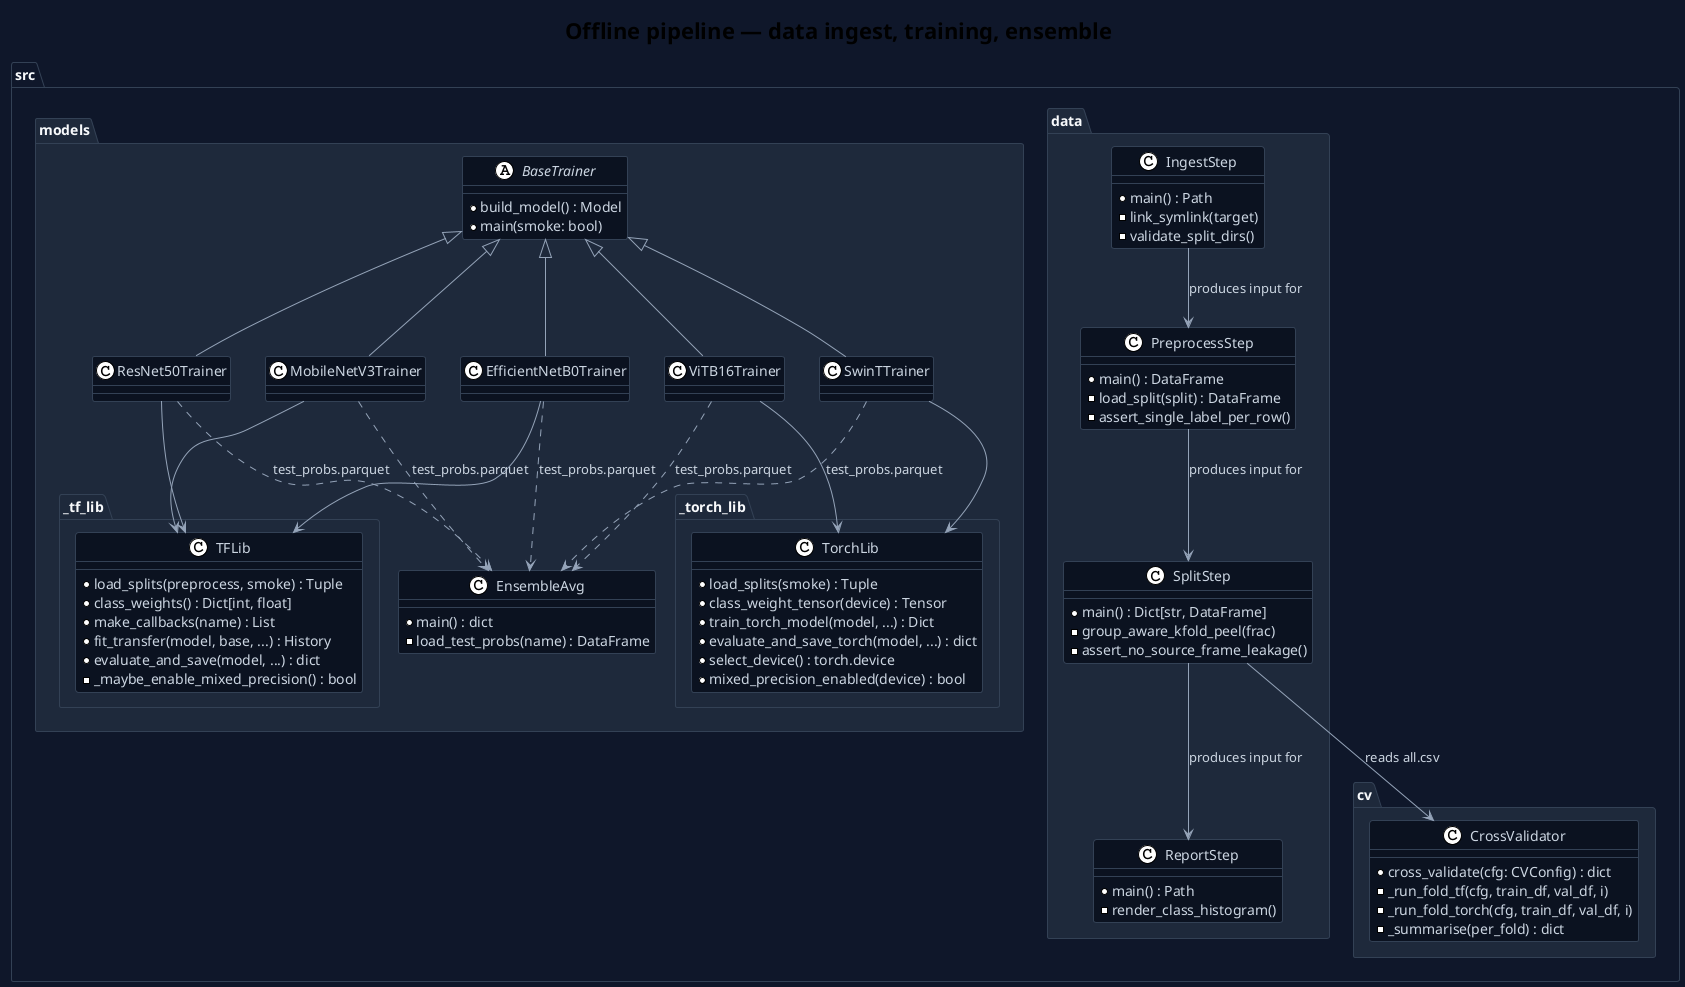
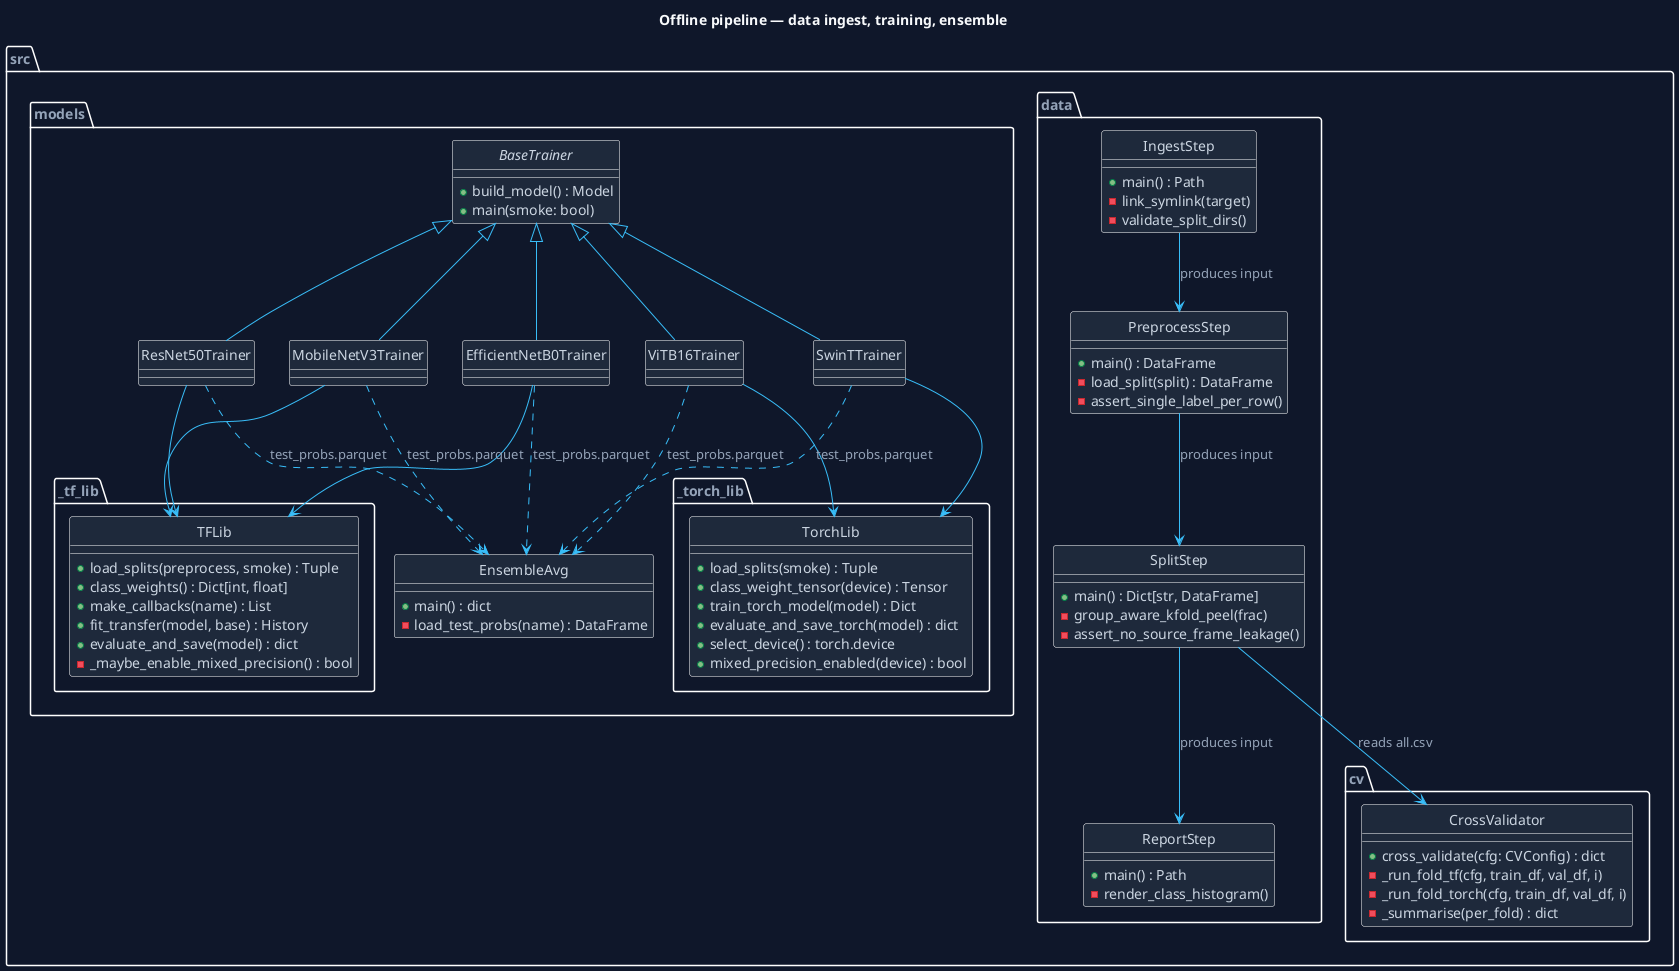
- @startuml
- !theme plain
+ @startuml 03_class_offline
+ ' Figure 3 — Class Diagram (offline pipeline: data + training + ensemble)
+ 
skinparam backgroundColor #0F172A
skinparam shadowing false
- skinparam classFontColor #F8FAFC
- skinparam classHeaderBackgroundColor #1E293B
- skinparam classBackgroundColor #0B1220
- skinparam classBorderColor #334155
- skinparam classAttributeFontColor #CBD5E1
- skinparam ArrowColor #94A3B8
- skinparam ArrowFontColor #CBD5E1
- skinparam packageBackgroundColor #0F172A
- skinparam packageBorderColor #334155
- skinparam packageFontColor #F8FAFC
+ skinparam defaultFontName "Fira Sans"
+ skinparam defaultFontColor #F8FAFC
+ 
+ skinparam class {
+   BorderColor rgba(148,163,184,0.30)
+   BackgroundColor #1E293B
+   ArrowColor #38BDF8
+   FontColor #F8FAFC
+   AttributeFontColor #CBD5E1
+   AttributeFontName "Fira Code"
+   StereotypeFontColor #38BDF8
+ }
+ skinparam noteFontColor #CBD5E1
+ skinparam noteFontName "Fira Code"
+ skinparam noteBackgroundColor #0B1220
+ skinparam noteBorderColor #38BDF8
+ skinparam packageFontColor #94A3B8
+ skinparam packageBorderColor rgba(148,163,184,0.18)
+ skinparam ArrowFontColor #94A3B8
+ skinparam ArrowFontName "Fira Code"
+ 
+ hide circle

title Offline pipeline — data ingest, training, ensemble

- package "src.data" #1E293B {
+ package "src.data" {
  class IngestStep {
    + main() : Path
    - link_symlink(target)
    - validate_split_dirs()
  }
  class PreprocessStep {
    + main() : DataFrame
    - load_split(split) : DataFrame
    - assert_single_label_per_row()
  }
  class SplitStep {
    + main() : Dict[str, DataFrame]
    - group_aware_kfold_peel(frac)
    - assert_no_source_frame_leakage()
  }
  class ReportStep {
    + main() : Path
    - render_class_histogram()
  }
}

- package "src.models" #1E293B {
+ package "src.models" {
  abstract class BaseTrainer {
    + build_model() : Model
    + main(smoke: bool)
  }
  class MobileNetV3Trainer
  class EfficientNetB0Trainer
  class ResNet50Trainer
  class ViTB16Trainer
  class SwinTTrainer
  class EnsembleAvg {
    + main() : dict
    - load_test_probs(name) : DataFrame
  }

  BaseTrainer <|-- MobileNetV3Trainer
  BaseTrainer <|-- EfficientNetB0Trainer
  BaseTrainer <|-- ResNet50Trainer
  BaseTrainer <|-- ViTB16Trainer
  BaseTrainer <|-- SwinTTrainer
}

- package "src.models._tf_lib" #1E293B {
+ package "src.models._tf_lib" {
  class TFLib {
    + load_splits(preprocess, smoke) : Tuple
    + class_weights() : Dict[int, float]
    + make_callbacks(name) : List
-     + fit_transfer(model, base, ...) : History
-     + evaluate_and_save(model, ...) : dict
+     + fit_transfer(model, base) : History
+     + evaluate_and_save(model) : dict
    - _maybe_enable_mixed_precision() : bool
  }
}

- package "src.models._torch_lib" #1E293B {
+ package "src.models._torch_lib" {
  class TorchLib {
    + load_splits(smoke) : Tuple
    + class_weight_tensor(device) : Tensor
-     + train_torch_model(model, ...) : Dict
-     + evaluate_and_save_torch(model, ...) : dict
+     + train_torch_model(model) : Dict
+     + evaluate_and_save_torch(model) : dict
    + select_device() : torch.device
    + mixed_precision_enabled(device) : bool
  }
}

- package "src.cv" #1E293B {
+ package "src.cv" {
  class CrossValidator {
    + cross_validate(cfg: CVConfig) : dict
    - _run_fold_tf(cfg, train_df, val_df, i)
    - _run_fold_torch(cfg, train_df, val_df, i)
    - _summarise(per_fold) : dict
  }
}

- IngestStep --> PreprocessStep : produces input for
- PreprocessStep --> SplitStep : produces input for
- SplitStep --> ReportStep : produces input for
+ IngestStep --> PreprocessStep : produces input
+ PreprocessStep --> SplitStep : produces input
+ SplitStep --> ReportStep : produces input
SplitStep --> CrossValidator : reads all.csv

MobileNetV3Trainer --> TFLib
EfficientNetB0Trainer --> TFLib
ResNet50Trainer --> TFLib
ViTB16Trainer --> TorchLib
SwinTTrainer --> TorchLib

MobileNetV3Trainer ..> EnsembleAvg : test_probs.parquet
EfficientNetB0Trainer ..> EnsembleAvg : test_probs.parquet
ResNet50Trainer ..> EnsembleAvg : test_probs.parquet
ViTB16Trainer ..> EnsembleAvg : test_probs.parquet
SwinTTrainer ..> EnsembleAvg : test_probs.parquet

@enduml
